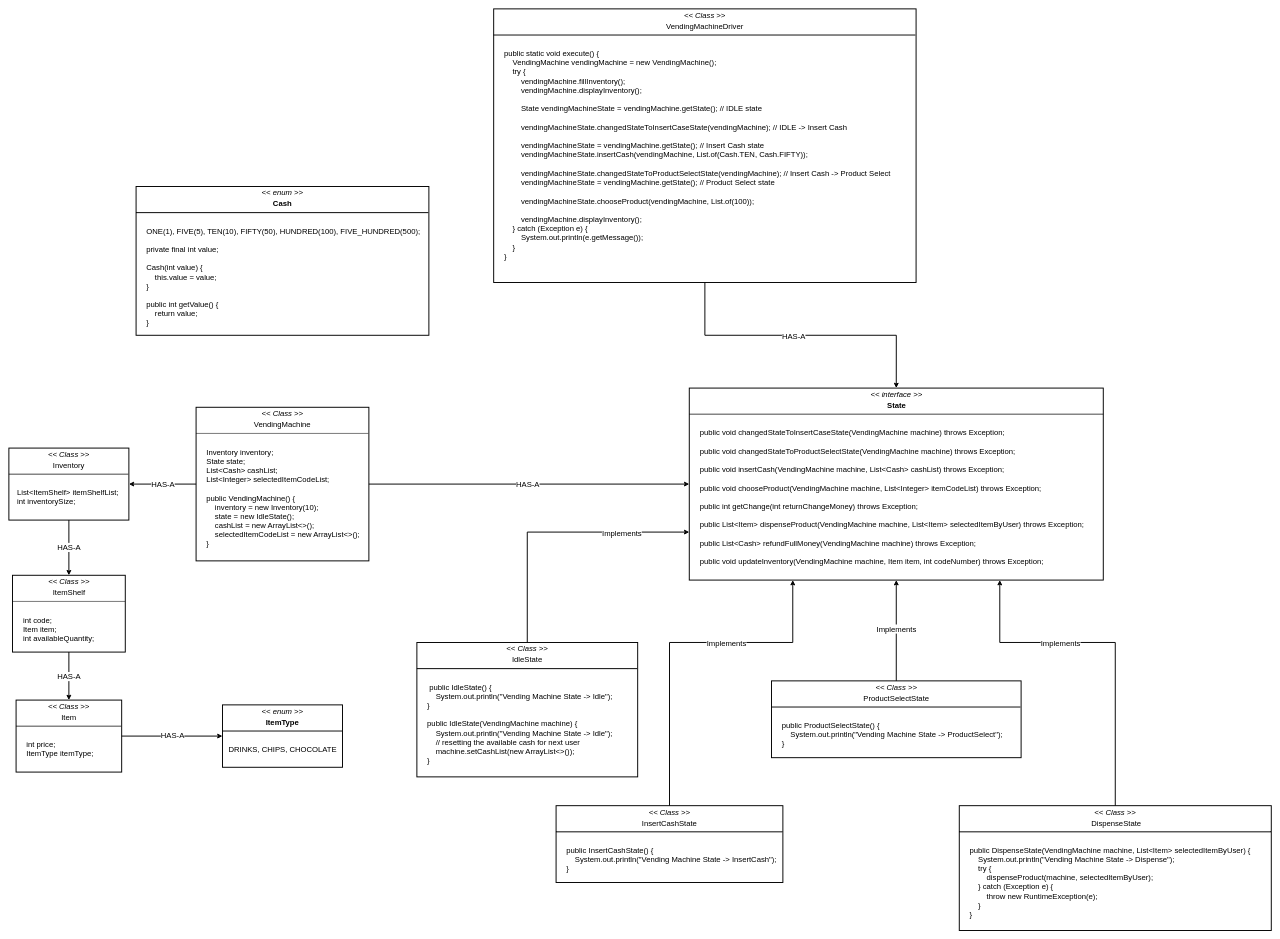
kaushikkamal/LLD keeps this draw.io diagram as assets/Vending Machine System.drawio. Above is the earlier version. Source tidied: cells renumbered, new cells numbered last; positions are measured from the earlier drawing's top-left corner, leaving out a move shared by most shapes. Both pictures are drawn from the tidied source at 48%, with x=0, y=0 at pixel (9, 9).
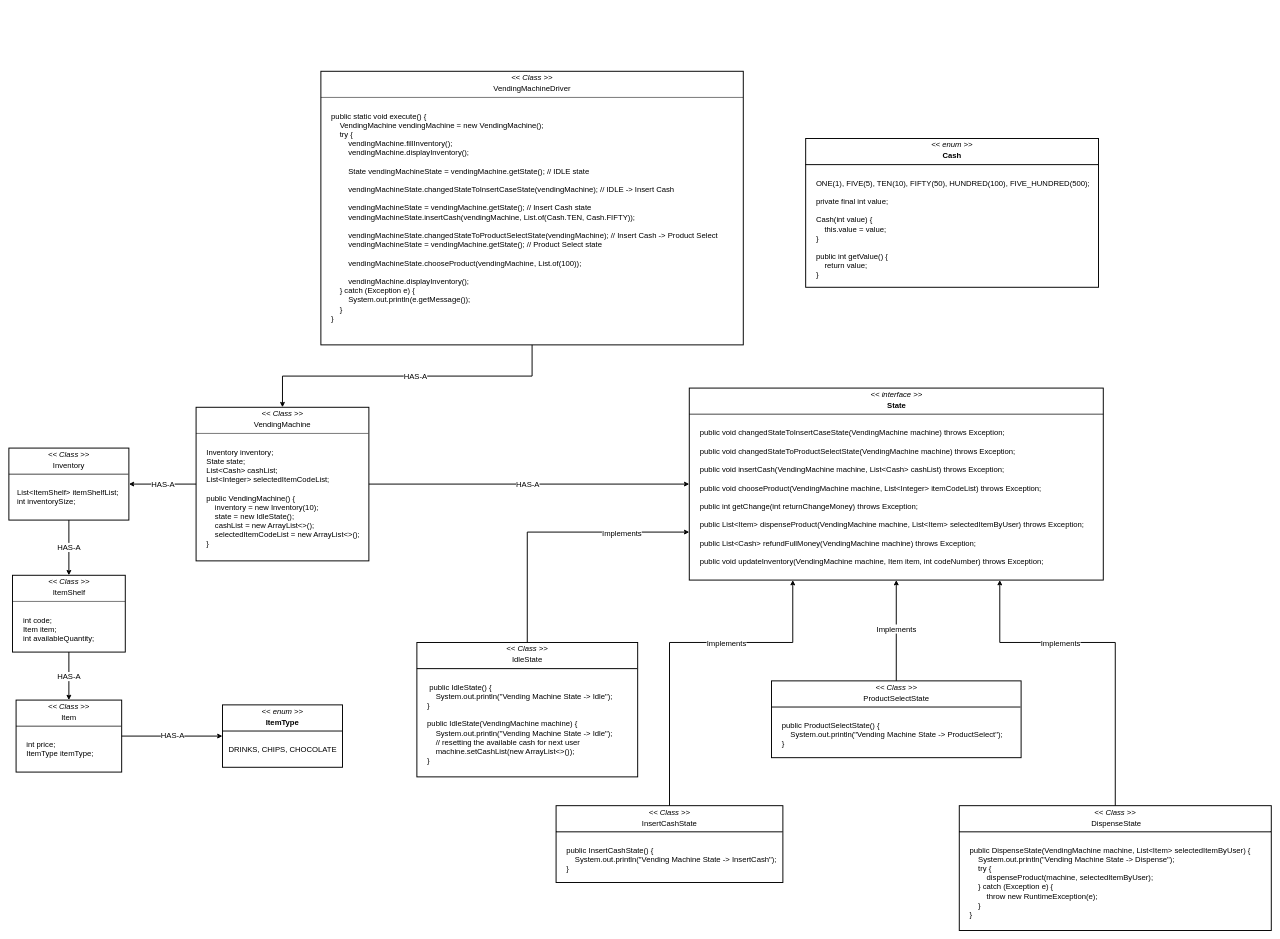
The same diagram, later.

Unchanged cells that the change refers to:
```xml
<mxCell id="2" value="&lt;p style=&quot;margin: 4px 0px 0px; text-align: center;&quot;&gt;&lt;span style=&quot;background-color: initial;&quot;&gt;&lt;font&gt;&lt;i&gt;&amp;lt;&amp;lt; interface &amp;gt;&amp;gt;&lt;/i&gt;&lt;/font&gt;&lt;/span&gt;&lt;/p&gt;&lt;p style=&quot;margin: 4px 0px 0px; text-align: center;&quot;&gt;&lt;b&gt;State&lt;/b&gt;&lt;/p&gt;&lt;hr style=&quot;border-style: solid;&quot;&gt;&lt;p style=&quot;margin: 0px 0px 0px 4px;&quot;&gt;&lt;font&gt;&lt;br&gt;&lt;/font&gt;&lt;/p&gt;&lt;p style=&quot;margin: 0px 0px 0px 4px;&quot;&gt;&amp;nbsp; &amp;nbsp;&lt;span style=&quot;background-color: transparent;&quot;&gt;&amp;nbsp;public void changedStateToInsertCaseState(VendingMachine machine) throws Exception;&lt;/span&gt;&lt;/p&gt;&lt;p style=&quot;margin: 0px 0px 0px 4px;&quot;&gt;&lt;br&gt;&lt;/p&gt;&lt;p style=&quot;margin: 0px 0px 0px 4px;&quot;&gt;&amp;nbsp; &amp;nbsp; public void changedStateToProductSelectState(VendingMachine machine) throws Exception;&lt;/p&gt;&lt;p style=&quot;margin: 0px 0px 0px 4px;&quot;&gt;&lt;br&gt;&lt;/p&gt;&lt;p style=&quot;margin: 0px 0px 0px 4px;&quot;&gt;&amp;nbsp; &amp;nbsp; public void insertCash(VendingMachine machine, List&amp;lt;Cash&amp;gt; cashList) throws Exception;&lt;/p&gt;&lt;p style=&quot;margin: 0px 0px 0px 4px;&quot;&gt;&lt;br&gt;&lt;/p&gt;&lt;p style=&quot;margin: 0px 0px 0px 4px;&quot;&gt;&amp;nbsp; &amp;nbsp; public void chooseProduct(VendingMachine machine, List&amp;lt;Integer&amp;gt; itemCodeList) throws Exception;&lt;/p&gt;&lt;p style=&quot;margin: 0px 0px 0px 4px;&quot;&gt;&lt;br&gt;&lt;/p&gt;&lt;p style=&quot;margin: 0px 0px 0px 4px;&quot;&gt;&amp;nbsp; &amp;nbsp; public int getChange(int returnChangeMoney) throws Exception;&lt;/p&gt;&lt;p style=&quot;margin: 0px 0px 0px 4px;&quot;&gt;&lt;br&gt;&lt;/p&gt;&lt;p style=&quot;margin: 0px 0px 0px 4px;&quot;&gt;&amp;nbsp; &amp;nbsp; public List&amp;lt;Item&amp;gt; dispenseProduct(VendingMachine machine, List&amp;lt;Item&amp;gt; selectedItemByUser) throws Exception;&lt;/p&gt;&lt;p style=&quot;margin: 0px 0px 0px 4px;&quot;&gt;&lt;br&gt;&lt;/p&gt;&lt;p style=&quot;margin: 0px 0px 0px 4px;&quot;&gt;&amp;nbsp; &amp;nbsp; public List&amp;lt;Cash&amp;gt; refundFullMoney(VendingMachine machine) throws Exception;&lt;/p&gt;&lt;p style=&quot;margin: 0px 0px 0px 4px;&quot;&gt;&lt;br&gt;&lt;/p&gt;&lt;p style=&quot;margin: 0px 0px 0px 4px;&quot;&gt;&lt;span style=&quot;background-color: transparent;&quot;&gt;&amp;nbsp; &amp;nbsp; public void updateInventory(VendingMachine machine, Item item, int codeNumber) throws Exception&lt;/span&gt;;&lt;/p&gt;" style="verticalAlign=top;align=left;overflow=fill;html=1;whiteSpace=wrap;strokeWidth=2;fontSize=16;fillColor=none;spacing=2;" parent="1" vertex="1">
  <mxGeometry x="1417.5" y="790" width="862.5" height="400" as="geometry" />
</mxCell>
<mxCell id="27" value="&lt;p style=&quot;margin: 4px 0px 0px; text-align: center;&quot;&gt;&lt;span style=&quot;background-color: initial;&quot;&gt;&lt;font&gt;&lt;i&gt;&amp;lt;&amp;lt; Class &amp;gt;&amp;gt;&lt;/i&gt;&lt;/font&gt;&lt;/span&gt;&lt;/p&gt;&lt;p style=&quot;margin: 4px 0px 0px; text-align: center;&quot;&gt;VendingMachine&lt;/p&gt;&lt;hr style=&quot;border-style: solid;&quot;&gt;&lt;p style=&quot;margin: 0px 0px 0px 4px;&quot;&gt;&lt;font&gt;&lt;br&gt;&lt;/font&gt;&lt;/p&gt;&lt;p style=&quot;margin: 0px 0px 0px 4px;&quot;&gt;&lt;span style=&quot;background-color: transparent; color: light-dark(rgb(0, 0, 0), rgb(255, 255, 255));&quot;&gt;&amp;nbsp; &amp;nbsp;&lt;/span&gt;&lt;span style=&quot;background-color: transparent;&quot;&gt;&amp;nbsp;Inventory inventory;&lt;/span&gt;&lt;/p&gt;&lt;p style=&quot;margin: 0px 0px 0px 4px;&quot;&gt;&amp;nbsp; &amp;nbsp; State state;&lt;/p&gt;&lt;p style=&quot;margin: 0px 0px 0px 4px;&quot;&gt;&amp;nbsp; &amp;nbsp; List&amp;lt;Cash&amp;gt; cashList;&lt;/p&gt;&lt;p style=&quot;margin: 0px 0px 0px 4px;&quot;&gt;&amp;nbsp; &amp;nbsp; List&amp;lt;Integer&amp;gt; selectedItemCodeList;&lt;/p&gt;&lt;p style=&quot;margin: 0px 0px 0px 4px;&quot;&gt;&lt;br&gt;&lt;/p&gt;&lt;p style=&quot;margin: 0px 0px 0px 4px;&quot;&gt;&amp;nbsp; &amp;nbsp; public VendingMachine() {&lt;/p&gt;&lt;p style=&quot;margin: 0px 0px 0px 4px;&quot;&gt;&amp;nbsp; &amp;nbsp; &amp;nbsp; &amp;nbsp; inventory = new Inventory(10);&lt;/p&gt;&lt;p style=&quot;margin: 0px 0px 0px 4px;&quot;&gt;&amp;nbsp; &amp;nbsp; &amp;nbsp; &amp;nbsp; state = new IdleState();&lt;/p&gt;&lt;p style=&quot;margin: 0px 0px 0px 4px;&quot;&gt;&amp;nbsp; &amp;nbsp; &amp;nbsp; &amp;nbsp; cashList = new ArrayList&amp;lt;&amp;gt;();&lt;/p&gt;&lt;p style=&quot;margin: 0px 0px 0px 4px;&quot;&gt;&amp;nbsp; &amp;nbsp; &amp;nbsp; &amp;nbsp; selectedItemCodeList = new ArrayList&amp;lt;&amp;gt;();&lt;/p&gt;&lt;p style=&quot;margin: 0px 0px 0px 4px;&quot;&gt;&amp;nbsp; &amp;nbsp; }&lt;/p&gt;" style="verticalAlign=top;align=left;overflow=fill;html=1;whiteSpace=wrap;strokeWidth=2;fontSize=16;fillColor=none;spacing=2;" parent="1" vertex="1">
  <mxGeometry x="390" y="830" width="360" height="320" as="geometry" />
</mxCell>
```

Change to the diagram source:
```diff
@@
     <mxCell id="22" value="&lt;p style=&quot;margin: 4px 0px 0px; text-align: center;&quot;&gt;&lt;span style=&quot;background-color: initial;&quot;&gt;&lt;font&gt;&lt;i&gt;&amp;lt;&amp;lt; enum &amp;gt;&amp;gt;&lt;/i&gt;&lt;/font&gt;&lt;/span&gt;&lt;/p&gt;&lt;p style=&quot;margin: 4px 0px 0px; text-align: center;&quot;&gt;&lt;b&gt;Cash&lt;/b&gt;&lt;/p&gt;&lt;hr style=&quot;border-style: solid;&quot;&gt;&lt;p style=&quot;margin: 0px 0px 0px 4px;&quot;&gt;&lt;font&gt;&lt;br&gt;&lt;/font&gt;&lt;/p&gt;&lt;p style=&quot;margin: 0px 0px 0px 4px;&quot;&gt;&lt;span style=&quot;background-color: transparent;&quot;&gt;&amp;nbsp;&amp;nbsp;&lt;/span&gt;&lt;span style=&quot;background-color: transparent;&quot;&gt;&amp;nbsp; ONE(1), FIVE(5), TEN(10), FIFTY(50), HUNDRED(100), FIVE_HUNDRED(500);&lt;/span&gt;&lt;/p&gt;&lt;p style=&quot;margin: 0px 0px 0px 4px;&quot;&gt;&lt;br&gt;&lt;/p&gt;&lt;p style=&quot;margin: 0px 0px 0px 4px;&quot;&gt;&amp;nbsp; &amp;nbsp; private final int value;&lt;/p&gt;&lt;p style=&quot;margin: 0px 0px 0px 4px;&quot;&gt;&lt;br&gt;&lt;/p&gt;&lt;p style=&quot;margin: 0px 0px 0px 4px;&quot;&gt;&amp;nbsp; &amp;nbsp; Cash(int value) {&lt;/p&gt;&lt;p style=&quot;margin: 0px 0px 0px 4px;&quot;&gt;&amp;nbsp; &amp;nbsp; &amp;nbsp; &amp;nbsp; this.value = value;&lt;/p&gt;&lt;p style=&quot;margin: 0px 0px 0px 4px;&quot;&gt;&amp;nbsp; &amp;nbsp; }&lt;/p&gt;&lt;p style=&quot;margin: 0px 0px 0px 4px;&quot;&gt;&lt;br&gt;&lt;/p&gt;&lt;p style=&quot;margin: 0px 0px 0px 4px;&quot;&gt;&amp;nbsp; &amp;nbsp; public int getValue() {&lt;/p&gt;&lt;p style=&quot;margin: 0px 0px 0px 4px;&quot;&gt;&amp;nbsp; &amp;nbsp; &amp;nbsp; &amp;nbsp; return value;&lt;/p&gt;&lt;p style=&quot;margin: 0px 0px 0px 4px;&quot;&gt;&amp;nbsp; &amp;nbsp; }&lt;/p&gt;&lt;p style=&quot;margin: 0px 0px 0px 4px;&quot;&gt;&lt;/p&gt;" style="verticalAlign=top;align=left;overflow=fill;html=1;whiteSpace=wrap;strokeWidth=2;fontSize=16;fillColor=none;spacing=2;" parent="1" vertex="1">
-      <mxGeometry x="265" y="370" width="610" height="310" as="geometry" />
+      <mxGeometry x="1660" y="270" width="610" height="310" as="geometry" />
     </mxCell>
@@
-    <mxCell id="28" style="edgeStyle=orthogonalEdgeStyle;rounded=0;jettySize=auto;html=1;entryX=0.5;entryY=0;entryDx=0;entryDy=0;fontSize=16;strokeWidth=2;" parent="1" edge="1" source="30" target="2">
+    <mxCell id="28" style="edgeStyle=orthogonalEdgeStyle;rounded=0;jettySize=auto;html=1;fontSize=16;strokeWidth=2;" parent="1" edge="1" source="30" target="27">
       <mxGeometry relative="1" as="geometry" />
     </mxCell>
@@
     <mxCell id="30" value="&lt;p style=&quot;margin: 4px 0px 0px; text-align: center;&quot;&gt;&lt;span style=&quot;background-color: initial;&quot;&gt;&lt;font&gt;&lt;i&gt;&amp;lt;&amp;lt; Class &amp;gt;&amp;gt;&lt;/i&gt;&lt;/font&gt;&lt;/span&gt;&lt;/p&gt;&lt;p style=&quot;margin: 4px 0px 0px; text-align: center;&quot;&gt;VendingMachineDriver&lt;/p&gt;&lt;hr style=&quot;border-style: solid;&quot;&gt;&lt;p style=&quot;margin: 0px 0px 0px 4px;&quot;&gt;&lt;font&gt;&lt;br&gt;&lt;/font&gt;&lt;/p&gt;&lt;p style=&quot;margin: 0px 0px 0px 4px;&quot;&gt;&lt;span style=&quot;background-color: transparent; color: light-dark(rgb(0, 0, 0), rgb(255, 255, 255));&quot;&gt;&amp;nbsp; &amp;nbsp;&lt;/span&gt;&lt;span style=&quot;background-color: transparent;&quot;&gt;&amp;nbsp;&lt;/span&gt;&lt;span style=&quot;background-color: transparent;&quot;&gt;public static void execute() {&lt;/span&gt;&lt;/p&gt;&lt;p style=&quot;margin: 0px 0px 0px 4px;&quot;&gt;&amp;nbsp; &amp;nbsp; &amp;nbsp; &amp;nbsp; VendingMachine vendingMachine = new VendingMachine();&lt;/p&gt;&lt;p style=&quot;margin: 0px 0px 0px 4px;&quot;&gt;&amp;nbsp; &amp;nbsp; &amp;nbsp; &amp;nbsp; try {&lt;/p&gt;&lt;p style=&quot;margin: 0px 0px 0px 4px;&quot;&gt;&amp;nbsp; &amp;nbsp; &amp;nbsp; &amp;nbsp; &amp;nbsp; &amp;nbsp; vendingMachine.fillInventory();&lt;/p&gt;&lt;p style=&quot;margin: 0px 0px 0px 4px;&quot;&gt;&amp;nbsp; &amp;nbsp; &amp;nbsp; &amp;nbsp; &amp;nbsp; &amp;nbsp; vendingMachine.displayInventory();&lt;/p&gt;&lt;p style=&quot;margin: 0px 0px 0px 4px;&quot;&gt;&lt;br&gt;&lt;/p&gt;&lt;p style=&quot;margin: 0px 0px 0px 4px;&quot;&gt;&amp;nbsp; &amp;nbsp; &amp;nbsp; &amp;nbsp; &amp;nbsp; &amp;nbsp; State vendingMachineState = vendingMachine.getState(); // IDLE state&lt;/p&gt;&lt;p style=&quot;margin: 0px 0px 0px 4px;&quot;&gt;&lt;br&gt;&lt;/p&gt;&lt;p style=&quot;margin: 0px 0px 0px 4px;&quot;&gt;&amp;nbsp; &amp;nbsp; &amp;nbsp; &amp;nbsp; &amp;nbsp; &amp;nbsp; vendingMachineState.changedStateToInsertCaseState(vendingMachine); // IDLE -&amp;gt; Insert Cash&lt;/p&gt;&lt;p style=&quot;margin: 0px 0px 0px 4px;&quot;&gt;&lt;br&gt;&lt;/p&gt;&lt;p style=&quot;margin: 0px 0px 0px 4px;&quot;&gt;&amp;nbsp; &amp;nbsp; &amp;nbsp; &amp;nbsp; &amp;nbsp; &amp;nbsp; vendingMachineState = vendingMachine.getState(); // Insert Cash state&lt;/p&gt;&lt;p style=&quot;margin: 0px 0px 0px 4px;&quot;&gt;&amp;nbsp; &amp;nbsp; &amp;nbsp; &amp;nbsp; &amp;nbsp; &amp;nbsp; vendingMachineState.insertCash(vendingMachine, List.of(Cash.TEN, Cash.FIFTY));&lt;/p&gt;&lt;p style=&quot;margin: 0px 0px 0px 4px;&quot;&gt;&lt;br&gt;&lt;/p&gt;&lt;p style=&quot;margin: 0px 0px 0px 4px;&quot;&gt;&amp;nbsp; &amp;nbsp; &amp;nbsp; &amp;nbsp; &amp;nbsp; &amp;nbsp; vendingMachineState.changedStateToProductSelectState(vendingMachine); // Insert Cash -&amp;gt; Product Select&lt;/p&gt;&lt;p style=&quot;margin: 0px 0px 0px 4px;&quot;&gt;&amp;nbsp; &amp;nbsp; &amp;nbsp; &amp;nbsp; &amp;nbsp; &amp;nbsp; vendingMachineState = vendingMachine.getState(); // Product Select state&lt;/p&gt;&lt;p style=&quot;margin: 0px 0px 0px 4px;&quot;&gt;&lt;br&gt;&lt;/p&gt;&lt;p style=&quot;margin: 0px 0px 0px 4px;&quot;&gt;&amp;nbsp; &amp;nbsp; &amp;nbsp; &amp;nbsp; &amp;nbsp; &amp;nbsp; vendingMachineState.chooseProduct(vendingMachine, List.of(100));&lt;/p&gt;&lt;p style=&quot;margin: 0px 0px 0px 4px;&quot;&gt;&lt;br&gt;&lt;/p&gt;&lt;p style=&quot;margin: 0px 0px 0px 4px;&quot;&gt;&amp;nbsp; &amp;nbsp; &amp;nbsp; &amp;nbsp; &amp;nbsp; &amp;nbsp; vendingMachine.displayInventory();&lt;/p&gt;&lt;p style=&quot;margin: 0px 0px 0px 4px;&quot;&gt;&amp;nbsp; &amp;nbsp; &amp;nbsp; &amp;nbsp; } catch (Exception e) {&lt;/p&gt;&lt;p style=&quot;margin: 0px 0px 0px 4px;&quot;&gt;&amp;nbsp; &amp;nbsp; &amp;nbsp; &amp;nbsp; &amp;nbsp; &amp;nbsp; System.out.println(e.getMessage());&lt;/p&gt;&lt;p style=&quot;margin: 0px 0px 0px 4px;&quot;&gt;&amp;nbsp; &amp;nbsp; &amp;nbsp; &amp;nbsp; }&lt;/p&gt;&lt;p style=&quot;margin: 0px 0px 0px 4px;&quot;&gt;&amp;nbsp; &amp;nbsp; }&lt;/p&gt;" style="verticalAlign=top;align=left;overflow=fill;html=1;whiteSpace=wrap;strokeWidth=2;fontSize=16;fillColor=none;spacing=2;" parent="1" vertex="1">
-      <mxGeometry x="1010" width="880" height="570" as="geometry" />
+      <mxGeometry x="650" y="130" width="880" height="570" as="geometry" />
     </mxCell>
```
